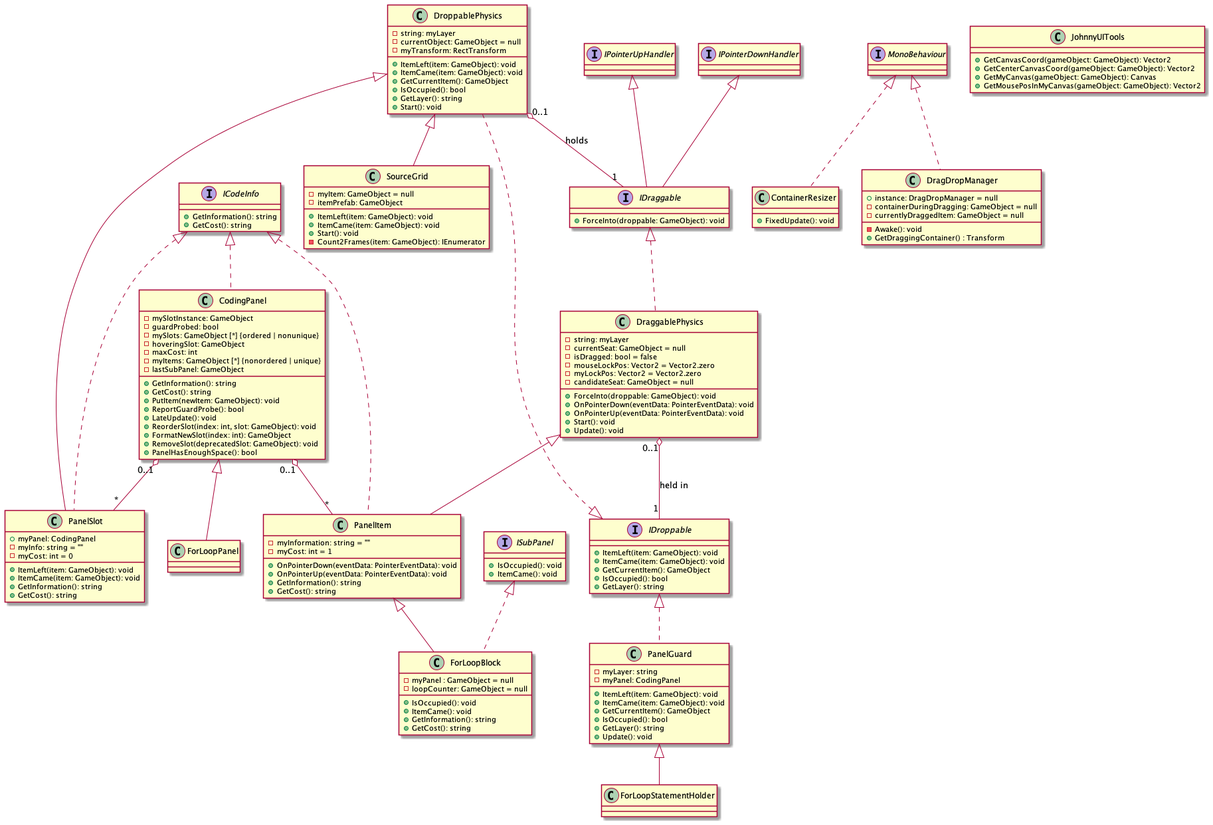
cs130-w21/13 keeps this PlantUML diagram as docs/class_diagrams/out/drag_drop_ui.png. Above is the earlier version.
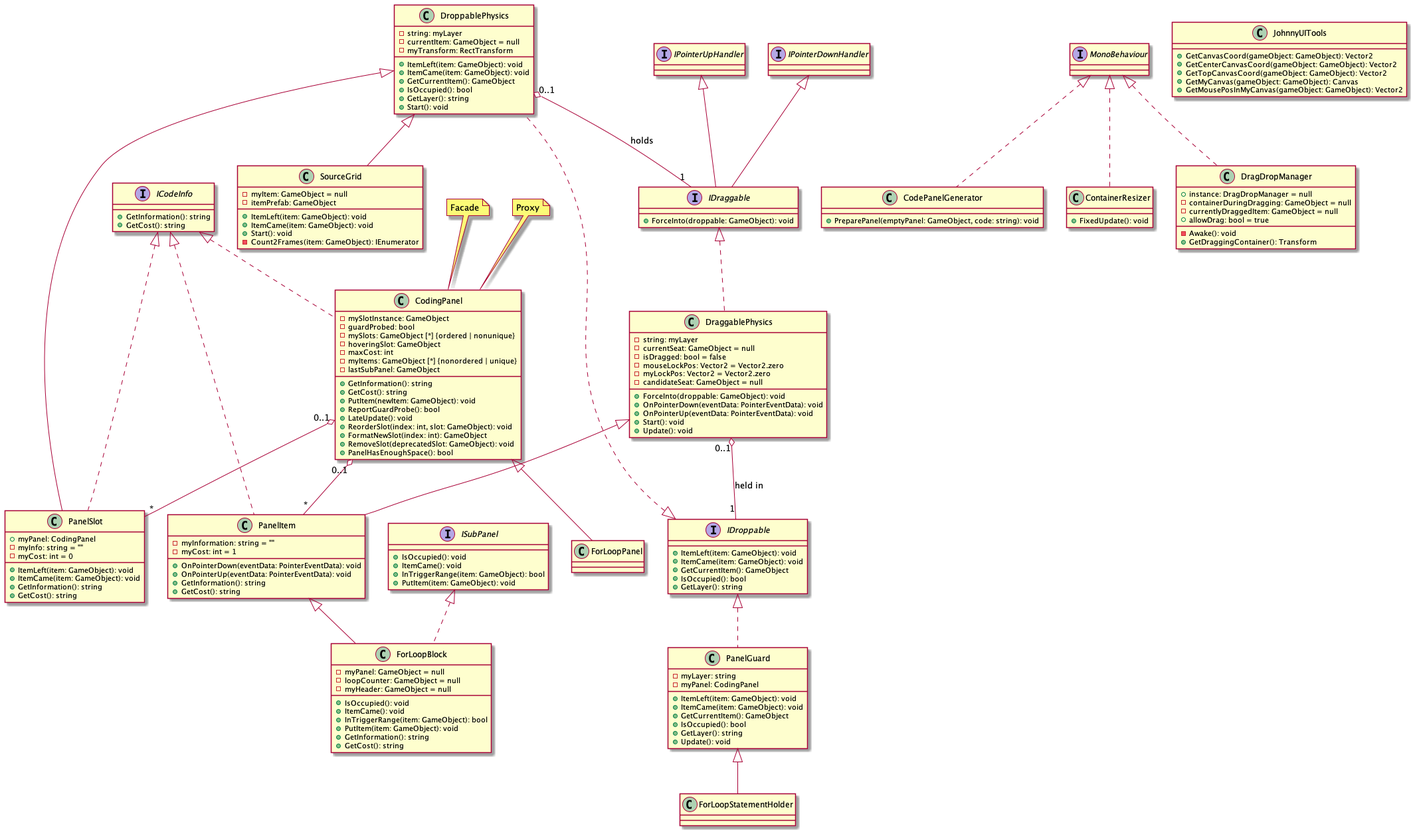
The same file after the commit.

What changed in the source:
```diff
@@ -21,6 +21,8 @@
 interface ISubPanel {
     + IsOccupied(): void
     + ItemCame(): void
+    + InTriggerRange(item: GameObject): bool
+    + PutItem(item: GameObject): void
 }
 
 
@@ -37,11 +39,11 @@
     + Start(): void
     + Update(): void
 }
-DraggablePhysics "0..1" o-- "1" IDroppable : "held in"
+DraggablePhysics "0..1" o-- "1" IDroppable: "held in"
 
 class DroppablePhysics implements IDroppable {
     - string: myLayer
-    - currentObject: GameObject = null
+    - currentItem: GameObject = null
     - myTransform: RectTransform
     + ItemLeft(item: GameObject): void
     + ItemCame(item: GameObject): void
@@ -93,6 +95,11 @@
     - Count2Frames(item: GameObject): IEnumerator
 }
 
+note "Facade" as n1
+note "Proxy" as n2
+n1 .. CodingPanel
+n2 .. CodingPanel
+
 class CodingPanel implements ICodeInfo {
     - mySlotInstance: GameObject
     - guardProbed: bool
@@ -116,10 +123,13 @@
 
 
 class ForLoopBlock extends PanelItem implements ISubPanel {
-    - myPanel : GameObject = null
+    - myPanel: GameObject = null
     - loopCounter: GameObject = null
+    - myHeader: GameObject = null
     + IsOccupied(): void
     + ItemCame(): void
+    + InTriggerRange(item: GameObject): bool
+    + PutItem(item: GameObject): void
     + GetInformation(): string
     + GetCost(): string
 }
@@ -129,6 +139,10 @@
 class ForLoopStatementHolder extends PanelGuard {}
 
 
+class CodePanelGenerator implements MonoBehaviour {
+    + PreparePanel(emptyPanel: GameObject, code: string): void
+}
+
 class ContainerResizer implements MonoBehaviour {
     + FixedUpdate(): void
 }
@@ -136,6 +150,7 @@
 class JohnnyUITools {
     + GetCanvasCoord(gameObject: GameObject): Vector2
     + GetCenterCanvasCoord(gameObject: GameObject): Vector2
+    + GetTopCanvasCoord(gameObject: GameObject): Vector2
     + GetMyCanvas(gameObject: GameObject): Canvas
     + GetMousePosInMyCanvas(gameObject: GameObject): Vector2
 }
@@ -144,8 +159,9 @@
     + instance: DragDropManager = null
     - containerDuringDragging: GameObject = null
     - currentlyDraggedItem: GameObject = null
+    + allowDrag: bool = true
     - Awake(): void
-    + GetDraggingContainer() : Transform
+    + GetDraggingContainer(): Transform
 }
 
 @enduml
```
